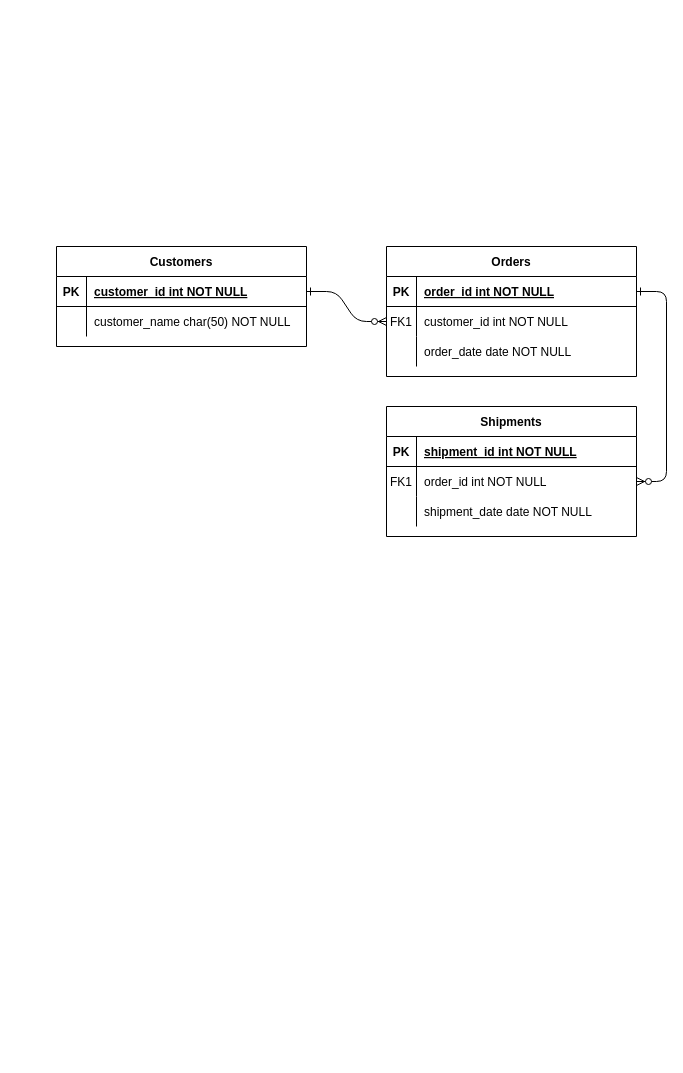
The draw.io diagram Projcet1.drawio in seanjedi/comp-163-database-design-class, before the edit. Source tidied: cells renumbered, new cells numbered last; positions are measured from the earlier drawing's top-left corner, leaving out a move shared by most shapes. Both pictures are drawn from the tidied source at 100%, with x=0, y=0 at pixel (56, 246).
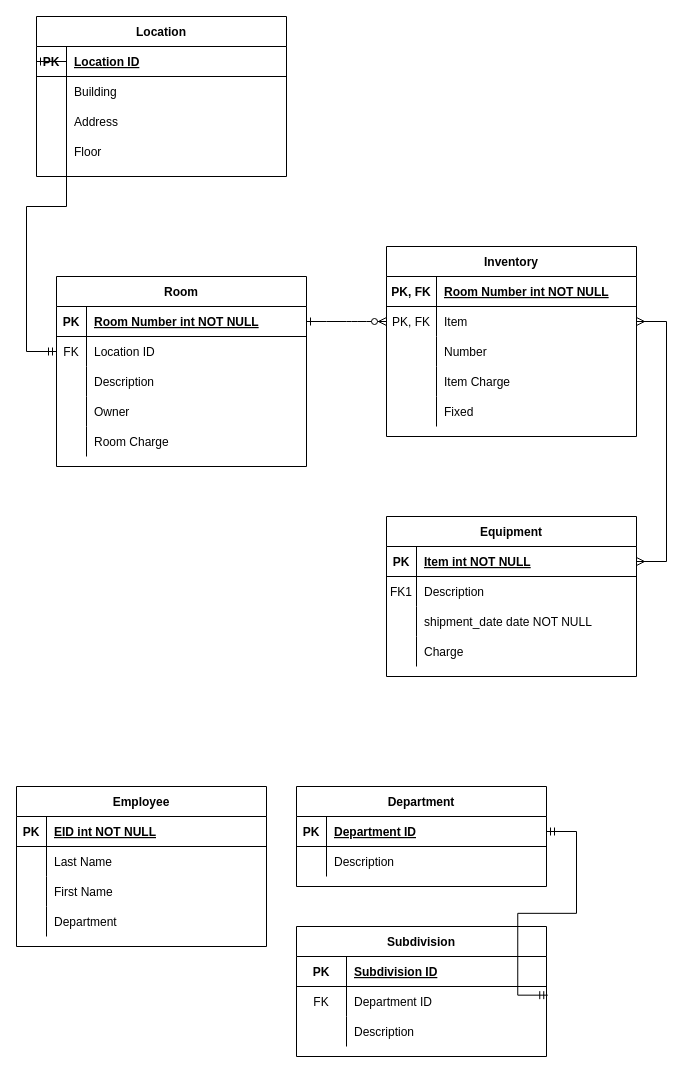
After the change.

The change refers to these unchanged cells:
```xml
<mxCell id="5" style="shape=partialRectangle;fillColor=none;points=[[0,0.5],[1,0.5]];portConstraint=eastwest;top=0;left=0;right=0;bottom=1;" parent="4" vertex="1">
  <mxGeometry y="30" width="250" height="30" as="geometry" />
</mxCell>
<mxCell id="8" style="shape=partialRectangle;fillColor=none;points=[[0,0.5],[1,0.5]];portConstraint=eastwest;top=0;left=0;right=0;bottom=0;" parent="4" vertex="1">
  <mxGeometry y="60" width="250" height="30" as="geometry" />
</mxCell>
<mxCell id="11" style="shape=partialRectangle;fillColor=none;top=0;left=0;right=0;bottom=0;" parent="4" vertex="1">
  <mxGeometry y="90" width="250" height="30" as="geometry" />
</mxCell>
<mxCell id="15" style="shape=partialRectangle;fillColor=none;points=[[0,0.5],[1,0.5]];portConstraint=eastwest;top=0;left=0;right=0;bottom=1;" parent="14" vertex="1">
  <mxGeometry y="30" width="250" height="30" as="geometry" />
</mxCell>
<mxCell id="18" style="shape=partialRectangle;fillColor=none;points=[[0,0.5],[1,0.5]];portConstraint=eastwest;top=0;left=0;right=0;bottom=0;" parent="14" vertex="1">
  <mxGeometry y="60" width="250" height="30" as="geometry" />
</mxCell>
<mxCell id="25" style="shape=partialRectangle;fillColor=none;points=[[0,0.5],[1,0.5]];portConstraint=eastwest;top=0;left=0;right=0;bottom=1;" parent="24" vertex="1">
  <mxGeometry y="30" width="250" height="30" as="geometry" />
</mxCell>
<mxCell id="28" style="shape=partialRectangle;fillColor=none;points=[[0,0.5],[1,0.5]];portConstraint=eastwest;top=0;left=0;right=0;bottom=0;" parent="24" vertex="1">
  <mxGeometry y="60" width="250" height="30" as="geometry" />
</mxCell>
```

The edit, as a diff of the source:
```diff
@@
-    <mxCell id="3" style="edgeStyle=entityRelationEdgeStyle;endArrow=ERzeroToMany;startArrow=ERone;endFill=1;startFill=0;" parent="1" edge="1" source="5" target="18">
-      <mxGeometry relative="1" as="geometry" />
-    </mxCell>
-    <mxCell id="4" value="Orders" style="shape=table;startSize=30;childLayout=tableLayout;rowLines=0;fontStyle=1;align=center;" parent="1" vertex="1">
-      <mxGeometry x="330" width="250" height="130" as="geometry" />
+    <mxCell id="4" value="Inventory" style="shape=table;startSize=30;childLayout=tableLayout;rowLines=0;fontStyle=1;align=center;" parent="1" vertex="1">
+      <mxGeometry x="330" width="250" height="190" as="geometry" />
     </mxCell>
@@
-    <mxCell id="6" value="PK" style="shape=partialRectangle;overflow=hidden;fillColor=none;top=0;left=0;bottom=0;right=0;fontStyle=1;" parent="5" vertex="1">
-      <mxGeometry width="30" height="30" as="geometry" />
+    <mxCell id="6" value="PK, FK" style="shape=partialRectangle;overflow=hidden;fillColor=none;top=0;left=0;bottom=0;right=0;fontStyle=1;" parent="5" vertex="1">
+      <mxGeometry width="50" height="30" as="geometry" />
     </mxCell>
-    <mxCell id="7" value="order_id int NOT NULL " style="shape=partialRectangle;overflow=hidden;fillColor=none;top=0;left=0;bottom=0;right=0;align=left;spacingLeft=6;fontStyle=5;" parent="5" vertex="1">
-      <mxGeometry x="30" width="220" height="30" as="geometry" />
+    <mxCell id="7" value="Room Number int NOT NULL " style="shape=partialRectangle;overflow=hidden;fillColor=none;top=0;left=0;bottom=0;right=0;align=left;spacingLeft=6;fontStyle=5;" parent="5" vertex="1">
+      <mxGeometry x="50" width="200" height="30" as="geometry" />
     </mxCell>
@@
-    <mxCell id="9" value="FK1" style="shape=partialRectangle;overflow=hidden;fillColor=none;top=0;left=0;bottom=0;right=0;" parent="8" vertex="1">
-      <mxGeometry width="30" height="30" as="geometry" />
+    <mxCell id="9" value="PK, FK" style="shape=partialRectangle;overflow=hidden;fillColor=none;top=0;left=0;bottom=0;right=0;" parent="8" vertex="1">
+      <mxGeometry width="50" height="30" as="geometry" />
     </mxCell>
-    <mxCell id="10" value="customer_id int NOT NULL" style="shape=partialRectangle;overflow=hidden;fillColor=none;top=0;left=0;bottom=0;right=0;align=left;spacingLeft=6;" parent="8" vertex="1">
-      <mxGeometry x="30" width="220" height="30" as="geometry" />
+    <mxCell id="10" value="Item" style="shape=partialRectangle;overflow=hidden;fillColor=none;top=0;left=0;bottom=0;right=0;align=left;spacingLeft=6;" parent="8" vertex="1">
+      <mxGeometry x="50" width="200" height="30" as="geometry" />
     </mxCell>
@@
     <mxCell id="12" style="shape=partialRectangle;overflow=hidden;fillColor=none;top=0;left=0;bottom=0;right=0;" parent="11" vertex="1">
-      <mxGeometry width="30" height="30" as="geometry" />
+      <mxGeometry width="50" height="30" as="geometry" />
     </mxCell>
-    <mxCell id="13" value="order_date date NOT NULL" style="shape=partialRectangle;overflow=hidden;fillColor=none;top=0;left=0;bottom=0;right=0;align=left;spacingLeft=6;" parent="11" vertex="1">
-      <mxGeometry x="30" width="220" height="30" as="geometry" />
+    <mxCell id="13" value="Number" style="shape=partialRectangle;overflow=hidden;fillColor=none;top=0;left=0;bottom=0;right=0;align=left;spacingLeft=6;" parent="11" vertex="1">
+      <mxGeometry x="50" width="200" height="30" as="geometry" />
     </mxCell>
+    <mxCell id="31" style="shape=tableRow;horizontal=0;startSize=0;swimlaneHead=0;swimlaneBody=0;fillColor=none;top=0;left=0;right=0;bottom=0;" parent="4" vertex="1">
+      <mxGeometry y="120" width="250" height="30" as="geometry" />
+    </mxCell>
+    <mxCell id="32" style="shape=partialRectangle;fillColor=none;top=0;left=0;bottom=0;right=0;overflow=hidden;" parent="31" vertex="1">
+      <mxGeometry width="50" height="30" as="geometry" />
+    </mxCell>
+    <mxCell id="33" value="Item Charge" style="shape=partialRectangle;fillColor=none;top=0;left=0;bottom=0;right=0;align=left;spacingLeft=6;overflow=hidden;" parent="31" vertex="1">
+      <mxGeometry x="50" width="200" height="30" as="geometry" />
+    </mxCell>
+    <mxCell id="34" style="shape=tableRow;horizontal=0;startSize=0;swimlaneHead=0;swimlaneBody=0;fillColor=none;top=0;left=0;right=0;bottom=0;" parent="4" vertex="1">
+      <mxGeometry y="150" width="250" height="30" as="geometry" />
+    </mxCell>
+    <mxCell id="35" style="shape=partialRectangle;fillColor=none;top=0;left=0;bottom=0;right=0;overflow=hidden;" parent="34" vertex="1">
+      <mxGeometry width="50" height="30" as="geometry" />
+    </mxCell>
+    <mxCell id="36" value="Fixed" style="shape=partialRectangle;fillColor=none;top=0;left=0;bottom=0;right=0;align=left;spacingLeft=6;overflow=hidden;" parent="34" vertex="1">
+      <mxGeometry x="50" width="200" height="30" as="geometry" />
+    </mxCell>
-    <mxCell id="14" value="Shipments" style="shape=table;startSize=30;childLayout=tableLayout;rowLines=0;fontStyle=1;align=center;" parent="1" vertex="1">
-      <mxGeometry x="330" y="160" width="250" height="130" as="geometry" />
+    <mxCell id="14" value="Equipment" style="shape=table;startSize=30;childLayout=tableLayout;rowLines=0;fontStyle=1;align=center;" parent="1" vertex="1">
+      <mxGeometry x="330" y="270" width="250" height="160" as="geometry" />
     </mxCell>
@@
-    <mxCell id="17" value="shipment_id int NOT NULL " style="shape=partialRectangle;overflow=hidden;fillColor=none;top=0;left=0;bottom=0;right=0;align=left;spacingLeft=6;fontStyle=5;" parent="15" vertex="1">
+    <mxCell id="17" value="Item int NOT NULL " style="shape=partialRectangle;overflow=hidden;fillColor=none;top=0;left=0;bottom=0;right=0;align=left;spacingLeft=6;fontStyle=5;" parent="15" vertex="1">
       <mxGeometry x="30" width="220" height="30" as="geometry" />
     </mxCell>
@@
-    <mxCell id="20" value="order_id int NOT NULL" style="shape=partialRectangle;overflow=hidden;fillColor=none;top=0;left=0;bottom=0;right=0;align=left;spacingLeft=6;" parent="18" vertex="1">
+    <mxCell id="20" value="Description" style="shape=partialRectangle;overflow=hidden;fillColor=none;top=0;left=0;bottom=0;right=0;align=left;spacingLeft=6;" parent="18" vertex="1">
       <mxGeometry x="30" width="220" height="30" as="geometry" />
     </mxCell>
@@
+    <mxCell id="37" style="shape=tableRow;horizontal=0;startSize=0;swimlaneHead=0;swimlaneBody=0;fillColor=none;top=0;left=0;right=0;bottom=0;" parent="14" vertex="1">
+      <mxGeometry y="120" width="250" height="30" as="geometry" />
+    </mxCell>
+    <mxCell id="38" style="shape=partialRectangle;fillColor=none;top=0;left=0;bottom=0;right=0;overflow=hidden;" parent="37" vertex="1">
+      <mxGeometry width="30" height="30" as="geometry" />
+    </mxCell>
+    <mxCell id="39" value="Charge" style="shape=partialRectangle;fillColor=none;top=0;left=0;bottom=0;right=0;align=left;spacingLeft=6;overflow=hidden;" parent="37" vertex="1">
+      <mxGeometry x="30" width="220" height="30" as="geometry" />
+    </mxCell>
-    <mxCell id="24" value="Customers" style="shape=table;startSize=30;childLayout=tableLayout;rowLines=0;fontStyle=1;align=center;" parent="1" vertex="1">
-      <mxGeometry width="250" height="100" as="geometry" />
+    <mxCell id="24" value="Room" style="shape=table;startSize=30;childLayout=tableLayout;rowLines=0;fontStyle=1;align=center;" parent="1" vertex="1">
+      <mxGeometry y="30" width="250" height="190" as="geometry" />
     </mxCell>
@@
-    <mxCell id="27" value="customer_id int NOT NULL " style="shape=partialRectangle;overflow=hidden;fillColor=none;top=0;left=0;bottom=0;right=0;align=left;spacingLeft=6;fontStyle=5;" parent="25" vertex="1">
+    <mxCell id="27" value="Room Number int NOT NULL " style="shape=partialRectangle;overflow=hidden;fillColor=none;top=0;left=0;bottom=0;right=0;align=left;spacingLeft=6;fontStyle=5;" parent="25" vertex="1">
       <mxGeometry x="30" width="220" height="30" as="geometry" />
     </mxCell>
@@
-    <mxCell id="29" style="shape=partialRectangle;overflow=hidden;fillColor=none;top=0;left=0;bottom=0;right=0;" parent="28" vertex="1">
+    <mxCell id="29" value="FK" style="shape=partialRectangle;overflow=hidden;fillColor=none;top=0;left=0;bottom=0;right=0;" parent="28" vertex="1">
       <mxGeometry width="30" height="30" as="geometry" />
     </mxCell>
-    <mxCell id="30" value="customer_name char(50) NOT NULL" style="shape=partialRectangle;overflow=hidden;fillColor=none;top=0;left=0;bottom=0;right=0;align=left;spacingLeft=6;" parent="28" vertex="1">
+    <mxCell id="30" value="Location ID" style="shape=partialRectangle;overflow=hidden;fillColor=none;top=0;left=0;bottom=0;right=0;align=left;spacingLeft=6;" parent="28" vertex="1">
       <mxGeometry x="30" width="220" height="30" as="geometry" />
     </mxCell>
+    <mxCell id="40" style="shape=tableRow;horizontal=0;startSize=0;swimlaneHead=0;swimlaneBody=0;fillColor=none;top=0;left=0;right=0;bottom=0;" parent="24" vertex="1">
+      <mxGeometry y="90" width="250" height="30" as="geometry" />
+    </mxCell>
+    <mxCell id="41" style="shape=partialRectangle;fillColor=none;top=0;left=0;bottom=0;right=0;overflow=hidden;" parent="40" vertex="1">
+      <mxGeometry width="30" height="30" as="geometry" />
+    </mxCell>
+    <mxCell id="42" value="Description" style="shape=partialRectangle;fillColor=none;top=0;left=0;bottom=0;right=0;align=left;spacingLeft=6;overflow=hidden;" parent="40" vertex="1">
+      <mxGeometry x="30" width="220" height="30" as="geometry" />
+    </mxCell>
+    <mxCell id="43" style="shape=tableRow;horizontal=0;startSize=0;swimlaneHead=0;swimlaneBody=0;fillColor=none;top=0;left=0;right=0;bottom=0;" parent="24" vertex="1">
+      <mxGeometry y="120" width="250" height="30" as="geometry" />
+    </mxCell>
+    <mxCell id="44" style="shape=partialRectangle;fillColor=none;top=0;left=0;bottom=0;right=0;overflow=hidden;" parent="43" vertex="1">
+      <mxGeometry width="30" height="30" as="geometry" />
+    </mxCell>
+    <mxCell id="45" value="Owner" style="shape=partialRectangle;fillColor=none;top=0;left=0;bottom=0;right=0;align=left;spacingLeft=6;overflow=hidden;" parent="43" vertex="1">
+      <mxGeometry x="30" width="220" height="30" as="geometry" />
+    </mxCell>
+    <mxCell id="46" style="shape=tableRow;horizontal=0;startSize=0;swimlaneHead=0;swimlaneBody=0;fillColor=none;top=0;left=0;right=0;bottom=0;" parent="24" vertex="1">
+      <mxGeometry y="150" width="250" height="30" as="geometry" />
+    </mxCell>
+    <mxCell id="47" style="shape=partialRectangle;fillColor=none;top=0;left=0;bottom=0;right=0;overflow=hidden;" parent="46" vertex="1">
+      <mxGeometry width="30" height="30" as="geometry" />
+    </mxCell>
+    <mxCell id="48" value="Room Charge" style="shape=partialRectangle;fillColor=none;top=0;left=0;bottom=0;right=0;align=left;spacingLeft=6;overflow=hidden;" parent="46" vertex="1">
+      <mxGeometry x="30" width="220" height="30" as="geometry" />
+    </mxCell>
+    <mxCell id="49" style="edgeStyle=entityRelationEdgeStyle;fontSize=12;html=1;endArrow=ERmany;startArrow=ERmany;rounded=0;entryX=1;entryY=0.5;entryDx=0;entryDy=0;exitX=1;exitY=0.5;exitDx=0;exitDy=0;" parent="1" edge="1" source="15" target="8">
+      <mxGeometry relative="1" as="geometry" />
+    </mxCell>
+    <mxCell id="50" value="Employee" style="shape=table;startSize=30;childLayout=tableLayout;rowLines=0;fontStyle=1;align=center;" parent="1" vertex="1">
+      <mxGeometry x="-40" y="540" width="250" height="160" as="geometry" />
+    </mxCell>
+    <mxCell id="51" style="shape=partialRectangle;fillColor=none;top=0;left=0;right=0;bottom=1;" parent="50" vertex="1">
+      <mxGeometry y="30" width="250" height="30" as="geometry" />
+    </mxCell>
+    <mxCell id="52" value="PK" style="shape=partialRectangle;overflow=hidden;fillColor=none;top=0;left=0;bottom=0;right=0;fontStyle=1;" parent="51" vertex="1">
+      <mxGeometry width="30" height="30" as="geometry" />
+    </mxCell>
+    <mxCell id="53" value="EID int NOT NULL " style="shape=partialRectangle;overflow=hidden;fillColor=none;top=0;left=0;bottom=0;right=0;align=left;spacingLeft=6;fontStyle=5;" parent="51" vertex="1">
+      <mxGeometry x="30" width="220" height="30" as="geometry" />
+    </mxCell>
+    <mxCell id="54" style="shape=partialRectangle;fillColor=none;top=0;left=0;right=0;bottom=0;" parent="50" vertex="1">
+      <mxGeometry y="60" width="250" height="30" as="geometry" />
+    </mxCell>
+    <mxCell id="55" style="shape=partialRectangle;overflow=hidden;fillColor=none;top=0;left=0;bottom=0;right=0;" parent="54" vertex="1">
+      <mxGeometry width="30" height="30" as="geometry" />
+    </mxCell>
+    <mxCell id="56" value="Last Name" style="shape=partialRectangle;overflow=hidden;fillColor=none;top=0;left=0;bottom=0;right=0;align=left;spacingLeft=6;" parent="54" vertex="1">
+      <mxGeometry x="30" width="220" height="30" as="geometry" />
+    </mxCell>
+    <mxCell id="57" style="shape=tableRow;horizontal=0;startSize=0;swimlaneHead=0;swimlaneBody=0;fillColor=none;top=0;left=0;right=0;bottom=0;" parent="50" vertex="1">
+      <mxGeometry y="90" width="250" height="30" as="geometry" />
+    </mxCell>
+    <mxCell id="58" style="shape=partialRectangle;fillColor=none;top=0;left=0;bottom=0;right=0;overflow=hidden;" parent="57" vertex="1">
+      <mxGeometry width="30" height="30" as="geometry" />
+    </mxCell>
+    <mxCell id="59" value="First Name" style="shape=partialRectangle;fillColor=none;top=0;left=0;bottom=0;right=0;align=left;spacingLeft=6;overflow=hidden;" parent="57" vertex="1">
+      <mxGeometry x="30" width="220" height="30" as="geometry" />
+    </mxCell>
+    <mxCell id="60" style="shape=tableRow;horizontal=0;startSize=0;swimlaneHead=0;swimlaneBody=0;fillColor=none;top=0;left=0;right=0;bottom=0;" parent="50" vertex="1">
+      <mxGeometry y="120" width="250" height="30" as="geometry" />
+    </mxCell>
+    <mxCell id="61" style="shape=partialRectangle;fillColor=none;top=0;left=0;bottom=0;right=0;overflow=hidden;" parent="60" vertex="1">
+      <mxGeometry width="30" height="30" as="geometry" />
+    </mxCell>
+    <mxCell id="62" value="Department" style="shape=partialRectangle;fillColor=none;top=0;left=0;bottom=0;right=0;align=left;spacingLeft=6;overflow=hidden;" parent="60" vertex="1">
+      <mxGeometry x="30" width="220" height="30" as="geometry" />
+    </mxCell>
+    <mxCell id="63" value="Department" style="shape=table;startSize=30;childLayout=tableLayout;rowLines=0;fontStyle=1;align=center;" parent="1" vertex="1">
+      <mxGeometry x="240" y="540" width="250" height="100" as="geometry" />
+    </mxCell>
+    <mxCell id="64" style="shape=partialRectangle;fillColor=none;points=[[0,0.5],[1,0.5]];portConstraint=eastwest;top=0;left=0;right=0;bottom=1;" parent="63" vertex="1">
+      <mxGeometry y="30" width="250" height="30" as="geometry" />
+    </mxCell>
+    <mxCell id="65" value="PK" style="shape=partialRectangle;overflow=hidden;fillColor=none;top=0;left=0;bottom=0;right=0;fontStyle=1;" parent="64" vertex="1">
+      <mxGeometry width="30" height="30" as="geometry" />
+    </mxCell>
+    <mxCell id="66" value="Department ID" style="shape=partialRectangle;overflow=hidden;fillColor=none;top=0;left=0;bottom=0;right=0;align=left;spacingLeft=6;fontStyle=5;" parent="64" vertex="1">
+      <mxGeometry x="30" width="220" height="30" as="geometry" />
+    </mxCell>
+    <mxCell id="67" style="shape=partialRectangle;fillColor=none;top=0;left=0;right=0;bottom=0;" parent="63" vertex="1">
+      <mxGeometry y="60" width="250" height="30" as="geometry" />
+    </mxCell>
+    <mxCell id="68" style="shape=partialRectangle;overflow=hidden;fillColor=none;top=0;left=0;bottom=0;right=0;" parent="67" vertex="1">
+      <mxGeometry width="30" height="30" as="geometry" />
+    </mxCell>
+    <mxCell id="69" value="Description" style="shape=partialRectangle;overflow=hidden;fillColor=none;top=0;left=0;bottom=0;right=0;align=left;spacingLeft=6;" parent="67" vertex="1">
+      <mxGeometry x="30" width="220" height="30" as="geometry" />
+    </mxCell>
+    <mxCell id="70" value="Location" style="shape=table;startSize=30;childLayout=tableLayout;rowLines=0;fontStyle=1;align=center;" parent="1" vertex="1">
+      <mxGeometry x="-20" y="-230" width="250" height="160" as="geometry" />
+    </mxCell>
+    <mxCell id="71" style="shape=partialRectangle;fillColor=none;points=[[0,0.5],[1,0.5]];portConstraint=eastwest;top=0;left=0;right=0;bottom=1;" parent="70" vertex="1">
+      <mxGeometry y="30" width="250" height="30" as="geometry" />
+    </mxCell>
+    <mxCell id="72" value="PK" style="shape=partialRectangle;overflow=hidden;fillColor=none;top=0;left=0;bottom=0;right=0;fontStyle=1;" parent="71" vertex="1">
+      <mxGeometry width="30" height="30" as="geometry" />
+    </mxCell>
+    <mxCell id="73" value="Location ID" style="shape=partialRectangle;overflow=hidden;fillColor=none;top=0;left=0;bottom=0;right=0;align=left;spacingLeft=6;fontStyle=5;" parent="71" vertex="1">
+      <mxGeometry x="30" width="220" height="30" as="geometry" />
+    </mxCell>
+    <mxCell id="74" style="shape=tableRow;horizontal=0;startSize=0;swimlaneHead=0;swimlaneBody=0;fillColor=none;top=0;left=0;right=0;bottom=0;" parent="70" vertex="1">
+      <mxGeometry y="60" width="250" height="30" as="geometry" />
+    </mxCell>
+    <mxCell id="75" style="shape=partialRectangle;fillColor=none;top=0;left=0;bottom=0;right=0;overflow=hidden;" parent="74" vertex="1">
+      <mxGeometry width="30" height="30" as="geometry" />
+    </mxCell>
+    <mxCell id="76" value="Building" style="shape=partialRectangle;fillColor=none;top=0;left=0;bottom=0;right=0;align=left;spacingLeft=6;overflow=hidden;" parent="74" vertex="1">
+      <mxGeometry x="30" width="220" height="30" as="geometry" />
+    </mxCell>
+    <mxCell id="77" style="shape=tableRow;horizontal=0;startSize=0;swimlaneHead=0;swimlaneBody=0;fillColor=none;top=0;left=0;right=0;bottom=0;" parent="70" vertex="1">
+      <mxGeometry y="90" width="250" height="30" as="geometry" />
+    </mxCell>
+    <mxCell id="78" style="shape=partialRectangle;fillColor=none;top=0;left=0;bottom=0;right=0;overflow=hidden;" parent="77" vertex="1">
+      <mxGeometry width="30" height="30" as="geometry" />
+    </mxCell>
+    <mxCell id="79" value="Address" style="shape=partialRectangle;fillColor=none;top=0;left=0;bottom=0;right=0;align=left;spacingLeft=6;overflow=hidden;" parent="77" vertex="1">
+      <mxGeometry x="30" width="220" height="30" as="geometry" />
+    </mxCell>
+    <mxCell id="80" style="shape=tableRow;horizontal=0;startSize=0;swimlaneHead=0;swimlaneBody=0;fillColor=none;top=0;left=0;right=0;bottom=0;" parent="70" vertex="1">
+      <mxGeometry y="120" width="250" height="30" as="geometry" />
+    </mxCell>
+    <mxCell id="81" style="shape=partialRectangle;fillColor=none;top=0;left=0;bottom=0;right=0;overflow=hidden;" parent="80" vertex="1">
+      <mxGeometry width="30" height="30" as="geometry" />
+    </mxCell>
+    <mxCell id="82" value="Floor" style="shape=partialRectangle;fillColor=none;top=0;left=0;bottom=0;right=0;align=left;spacingLeft=6;overflow=hidden;" parent="80" vertex="1">
+      <mxGeometry x="30" width="220" height="30" as="geometry" />
+    </mxCell>
+    <mxCell id="83" style="edgeStyle=entityRelationEdgeStyle;fontSize=12;html=1;endArrow=ERmandOne;startArrow=ERmandOne;rounded=0;entryX=0;entryY=0.5;entryDx=0;entryDy=0;" parent="1" edge="1" source="28" target="71">
+      <mxGeometry relative="1" as="geometry" />
+    </mxCell>
+    <mxCell id="84" value="Subdivision" style="shape=table;startSize=30;childLayout=tableLayout;rowLines=0;fontStyle=1;align=center;" parent="1" vertex="1">
+      <mxGeometry x="240" y="680" width="250" height="130" as="geometry" />
+    </mxCell>
+    <mxCell id="85" style="shape=partialRectangle;fillColor=none;top=0;left=0;right=0;bottom=1;" parent="84" vertex="1">
+      <mxGeometry y="30" width="250" height="30" as="geometry" />
+    </mxCell>
+    <mxCell id="86" value="PK" style="shape=partialRectangle;overflow=hidden;fillColor=none;top=0;left=0;bottom=0;right=0;fontStyle=1;" parent="85" vertex="1">
+      <mxGeometry width="50" height="30" as="geometry" />
+    </mxCell>
+    <mxCell id="87" value="Subdivision ID" style="shape=partialRectangle;overflow=hidden;fillColor=none;top=0;left=0;bottom=0;right=0;align=left;spacingLeft=6;fontStyle=5;" parent="85" vertex="1">
+      <mxGeometry x="50" width="200" height="30" as="geometry" />
+    </mxCell>
+    <mxCell id="88" style="shape=partialRectangle;fillColor=none;points=[[0,0.5],[1,0.5]];portConstraint=eastwest;top=0;left=0;right=0;bottom=0;" parent="84" vertex="1">
+      <mxGeometry y="60" width="250" height="30" as="geometry" />
+    </mxCell>
+    <mxCell id="89" value="FK" style="shape=partialRectangle;overflow=hidden;fillColor=none;top=0;left=0;bottom=0;right=0;" parent="88" vertex="1">
+      <mxGeometry width="50" height="30" as="geometry" />
+    </mxCell>
+    <mxCell id="90" value="Department ID" style="shape=partialRectangle;overflow=hidden;fillColor=none;top=0;left=0;bottom=0;right=0;align=left;spacingLeft=6;" parent="88" vertex="1">
+      <mxGeometry x="50" width="200" height="30" as="geometry" />
+    </mxCell>
+    <mxCell id="91" style="shape=tableRow;horizontal=0;startSize=0;swimlaneHead=0;swimlaneBody=0;fillColor=none;top=0;left=0;right=0;bottom=0;" parent="84" vertex="1">
+      <mxGeometry y="90" width="250" height="30" as="geometry" />
+    </mxCell>
+    <mxCell id="92" style="shape=partialRectangle;fillColor=none;top=0;left=0;bottom=0;right=0;overflow=hidden;" parent="91" vertex="1">
+      <mxGeometry width="50" height="30" as="geometry" />
+    </mxCell>
+    <mxCell id="93" value="Description" style="shape=partialRectangle;fillColor=none;top=0;left=0;bottom=0;right=0;align=left;spacingLeft=6;overflow=hidden;" parent="91" vertex="1">
+      <mxGeometry x="50" width="200" height="30" as="geometry" />
+    </mxCell>
+    <mxCell id="94" style="edgeStyle=entityRelationEdgeStyle;fontSize=12;html=1;endArrow=ERmandOne;startArrow=ERmandOne;rounded=0;exitX=1.005;exitY=0.289;exitDx=0;exitDy=0;exitPerimeter=0;entryX=1;entryY=0.5;entryDx=0;entryDy=0;" parent="1" edge="1" source="88" target="64">
+      <mxGeometry relative="1" as="geometry" />
+    </mxCell>
```
